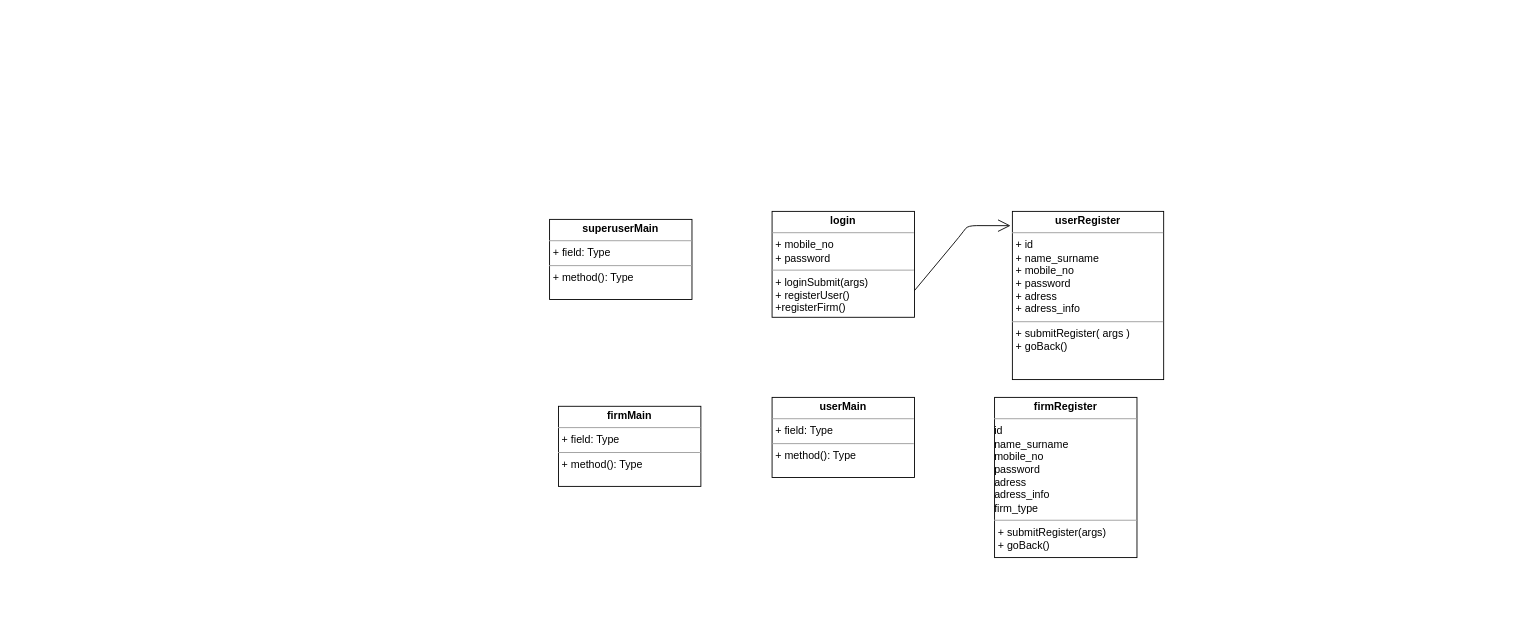
The draw.io diagram documentation/Untitled Diagram.drawio in fatihy101/yemek-siparis-app, before the edit. Source tidied: cells renumbered, new cells numbered last; positions are measured from the earlier drawing's top-left corner, leaving out a move shared by most shapes. Both pictures are drawn from the tidied source at 89%, with x=0, y=0 at pixel (549, 211).
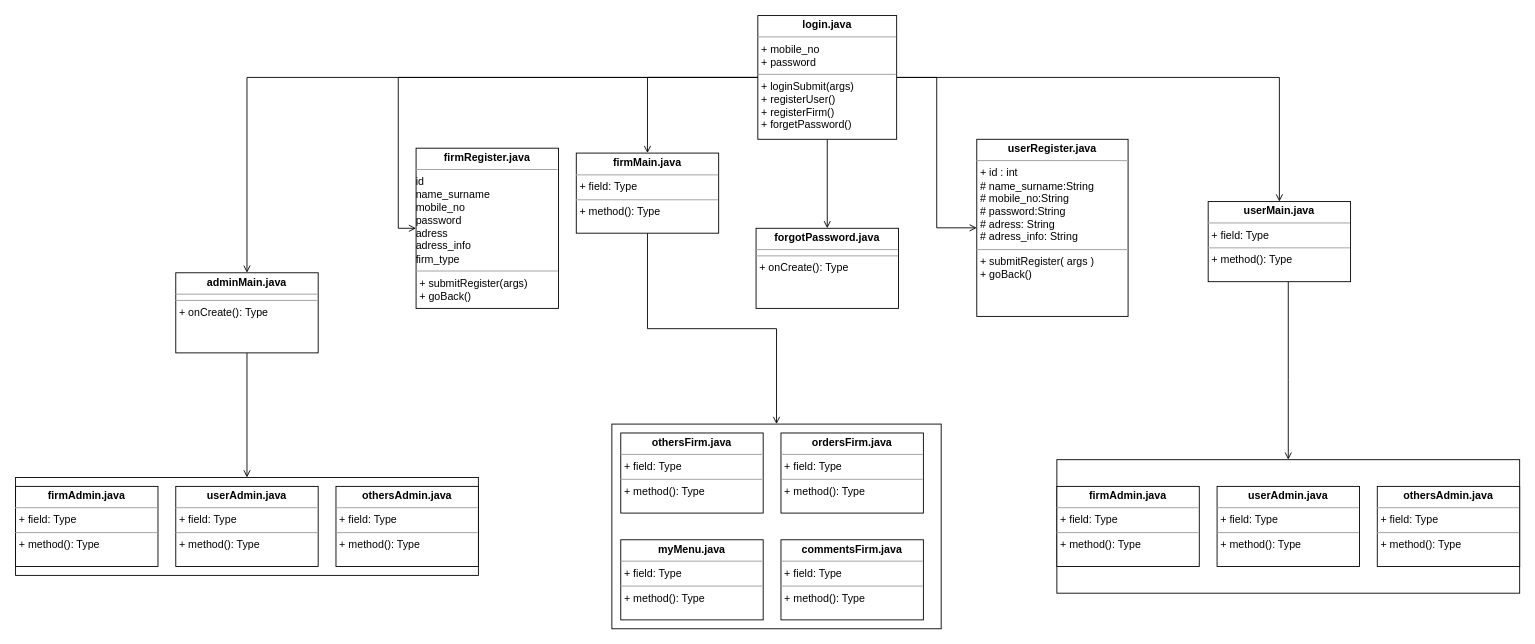
After the change.

The edit, as a diff of the source:
```diff
@@
+    <mxCell id="9" style="edgeStyle=orthogonalEdgeStyle;rounded=0;jettySize=auto;html=1;entryX=0;entryY=0.5;entryDx=0;entryDy=0;endArrow=open;endFill=0;" parent="1" edge="1" source="2" target="4">
+      <mxGeometry relative="1" as="geometry" />
+    </mxCell>
+    <mxCell id="10" style="edgeStyle=orthogonalEdgeStyle;rounded=0;jettySize=auto;html=1;endArrow=open;endFill=0;" parent="1" edge="1" source="2" target="6">
+      <mxGeometry relative="1" as="geometry" />
+    </mxCell>
+    <mxCell id="11" style="edgeStyle=orthogonalEdgeStyle;rounded=0;jettySize=auto;html=1;entryX=0.5;entryY=0;entryDx=0;entryDy=0;endArrow=open;endFill=0;" parent="1" edge="1" source="2" target="5">
+      <mxGeometry relative="1" as="geometry" />
+    </mxCell>
+    <mxCell id="12" style="edgeStyle=orthogonalEdgeStyle;rounded=0;jettySize=auto;html=1;entryX=0.5;entryY=0;entryDx=0;entryDy=0;endArrow=open;endFill=0;" parent="1" edge="1" source="2" target="3">
+      <mxGeometry relative="1" as="geometry" />
+    </mxCell>
+    <mxCell id="13" style="edgeStyle=orthogonalEdgeStyle;rounded=0;jettySize=auto;html=1;endArrow=open;endFill=0;" parent="1" edge="1" source="2" target="7">
+      <mxGeometry relative="1" as="geometry" />
+    </mxCell>
+    <mxCell id="14" style="edgeStyle=orthogonalEdgeStyle;rounded=0;jettySize=auto;html=1;entryX=0.5;entryY=0;entryDx=0;entryDy=0;endArrow=open;endFill=0;" parent="1" edge="1" source="2" target="30">
+      <mxGeometry relative="1" as="geometry" />
+    </mxCell>
-    <mxCell id="2" value="&lt;p style=&quot;margin: 0px ; margin-top: 4px ; text-align: center&quot;&gt;&lt;b&gt;login&lt;/b&gt;&lt;/p&gt;&lt;hr size=&quot;1&quot;&gt;&lt;p style=&quot;margin: 0px ; margin-left: 4px&quot;&gt;+ mobile_no&lt;/p&gt;&lt;p style=&quot;margin: 0px ; margin-left: 4px&quot;&gt;+ password&lt;br&gt;&lt;/p&gt;&lt;hr size=&quot;1&quot;&gt;&lt;p style=&quot;margin: 0px ; margin-left: 4px&quot;&gt;+ loginSubmit(args)&lt;/p&gt;&lt;p style=&quot;margin: 0px ; margin-left: 4px&quot;&gt;+ registerUser()&lt;/p&gt;&lt;p style=&quot;margin: 0px ; margin-left: 4px&quot;&gt;+registerFirm()&lt;br&gt;&lt;/p&gt;" style="verticalAlign=top;align=left;overflow=fill;fontSize=12;fontFamily=Helvetica;html=1;" parent="1" vertex="1">
-      <mxGeometry x="250" width="160" height="119" as="geometry" />
+    <mxCell id="2" value="&lt;p style=&quot;margin: 0px ; margin-top: 4px ; text-align: center&quot;&gt;&lt;b&gt;login.java&lt;/b&gt;&lt;/p&gt;&lt;hr size=&quot;1&quot;&gt;&lt;p style=&quot;margin: 0px ; margin-left: 4px&quot;&gt;+ mobile_no&lt;/p&gt;&lt;p style=&quot;margin: 0px ; margin-left: 4px&quot;&gt;+ password&lt;br&gt;&lt;/p&gt;&lt;hr size=&quot;1&quot;&gt;&lt;p style=&quot;margin: 0px ; margin-left: 4px&quot;&gt;+ loginSubmit(args)&lt;/p&gt;&lt;p style=&quot;margin: 0px ; margin-left: 4px&quot;&gt;+ registerUser()&lt;/p&gt;&lt;p style=&quot;margin: 0px ; margin-left: 4px&quot;&gt;+ registerFirm()&lt;/p&gt;&lt;p style=&quot;margin: 0px ; margin-left: 4px&quot;&gt;+ forgetPassword()&lt;br&gt;&lt;/p&gt;&lt;p style=&quot;margin: 0px ; margin-left: 4px&quot;&gt;&lt;br&gt;&lt;/p&gt;" style="verticalAlign=top;align=left;overflow=fill;fontSize=12;fontFamily=Helvetica;html=1;" parent="1" vertex="1">
+      <mxGeometry x="234" y="-220" width="156" height="139" as="geometry" />
     </mxCell>
+    <mxCell id="15" style="edgeStyle=orthogonalEdgeStyle;rounded=0;jettySize=auto;html=1;endArrow=open;endFill=0;" parent="1" edge="1" source="3" target="22">
+      <mxGeometry relative="1" as="geometry" />
+    </mxCell>
-    <mxCell id="3" value="&lt;p style=&quot;margin: 0px ; margin-top: 4px ; text-align: center&quot;&gt;&lt;b&gt;firmMain&lt;/b&gt;&lt;/p&gt;&lt;hr size=&quot;1&quot;&gt;&lt;p style=&quot;margin: 0px ; margin-left: 4px&quot;&gt;+ field: Type&lt;/p&gt;&lt;hr size=&quot;1&quot;&gt;&lt;p style=&quot;margin: 0px ; margin-left: 4px&quot;&gt;+ method(): Type&lt;/p&gt;" style="verticalAlign=top;align=left;overflow=fill;fontSize=12;fontFamily=Helvetica;html=1;" parent="1" vertex="1">
-      <mxGeometry x="10" y="219" width="160" height="90" as="geometry" />
+    <mxCell id="3" value="&lt;p style=&quot;margin: 0px ; margin-top: 4px ; text-align: center&quot;&gt;&lt;b&gt;firmMain.java&lt;/b&gt;&lt;/p&gt;&lt;hr size=&quot;1&quot;&gt;&lt;p style=&quot;margin: 0px ; margin-left: 4px&quot;&gt;+ field: Type&lt;/p&gt;&lt;hr size=&quot;1&quot;&gt;&lt;p style=&quot;margin: 0px ; margin-left: 4px&quot;&gt;+ method(): Type&lt;/p&gt;" style="verticalAlign=top;align=left;overflow=fill;fontSize=12;fontFamily=Helvetica;html=1;" parent="1" vertex="1">
+      <mxGeometry x="30" y="-65.5" width="160" height="90" as="geometry" />
     </mxCell>
-    <mxCell id="4" value="&lt;p style=&quot;margin: 0px ; margin-top: 4px ; text-align: center&quot;&gt;&lt;b&gt;firmRegister&lt;/b&gt;&lt;br&gt;&lt;/p&gt;&lt;hr size=&quot;1&quot;&gt;id&lt;br&gt;name_surname&lt;br&gt;mobile_no&lt;br&gt;password&lt;br&gt;adress&lt;br&gt;adress_info&lt;br&gt;firm_type&lt;hr size=&quot;1&quot;&gt;&lt;p style=&quot;margin: 0px ; margin-left: 4px&quot;&gt;+ submitRegister(args)&lt;/p&gt;&lt;p style=&quot;margin: 0px ; margin-left: 4px&quot;&gt;+ goBack()&lt;br&gt;&lt;/p&gt;" style="verticalAlign=top;align=left;overflow=fill;fontSize=12;fontFamily=Helvetica;html=1;" parent="1" vertex="1">
-      <mxGeometry x="500" y="209" width="160" height="180" as="geometry" />
+    <mxCell id="4" value="&lt;p style=&quot;margin: 0px ; margin-top: 4px ; text-align: center&quot;&gt;&lt;b&gt;firmRegister.java&lt;/b&gt;&lt;br&gt;&lt;/p&gt;&lt;hr size=&quot;1&quot;&gt;id&lt;br&gt;name_surname&lt;br&gt;mobile_no&lt;br&gt;password&lt;br&gt;adress&lt;br&gt;adress_info&lt;br&gt;firm_type&lt;hr size=&quot;1&quot;&gt;&lt;p style=&quot;margin: 0px ; margin-left: 4px&quot;&gt;+ submitRegister(args)&lt;/p&gt;&lt;p style=&quot;margin: 0px ; margin-left: 4px&quot;&gt;+ goBack()&lt;br&gt;&lt;/p&gt;" style="verticalAlign=top;align=left;overflow=fill;fontSize=12;fontFamily=Helvetica;html=1;" parent="1" vertex="1">
+      <mxGeometry x="-150" y="-71" width="160" height="180" as="geometry" />
     </mxCell>
+    <mxCell id="16" style="edgeStyle=orthogonalEdgeStyle;rounded=0;jettySize=auto;html=1;entryX=0.5;entryY=0;entryDx=0;entryDy=0;endArrow=open;endFill=0;" parent="1" edge="1" source="5" target="26">
+      <mxGeometry relative="1" as="geometry">
+        <Array as="points">
+          <mxPoint x="830" y="189" />
+        </Array>
+      </mxGeometry>
+    </mxCell>
-    <mxCell id="5" value="&lt;p style=&quot;margin: 0px ; margin-top: 4px ; text-align: center&quot;&gt;&lt;b&gt;userMain&lt;/b&gt;&lt;br&gt;&lt;/p&gt;&lt;hr size=&quot;1&quot;&gt;&lt;p style=&quot;margin: 0px ; margin-left: 4px&quot;&gt;+ field: Type&lt;/p&gt;&lt;hr size=&quot;1&quot;&gt;&lt;p style=&quot;margin: 0px ; margin-left: 4px&quot;&gt;+ method(): Type&lt;/p&gt;" style="verticalAlign=top;align=left;overflow=fill;fontSize=12;fontFamily=Helvetica;html=1;" parent="1" vertex="1">
-      <mxGeometry x="250" y="209" width="160" height="90" as="geometry" />
+    <mxCell id="5" value="&lt;p style=&quot;margin: 0px ; margin-top: 4px ; text-align: center&quot;&gt;&lt;b&gt;userMain.java&lt;/b&gt;&lt;br&gt;&lt;/p&gt;&lt;hr size=&quot;1&quot;&gt;&lt;p style=&quot;margin: 0px ; margin-left: 4px&quot;&gt;+ field: Type&lt;/p&gt;&lt;hr size=&quot;1&quot;&gt;&lt;p style=&quot;margin: 0px ; margin-left: 4px&quot;&gt;+ method(): Type&lt;/p&gt;" style="verticalAlign=top;align=left;overflow=fill;fontSize=12;fontFamily=Helvetica;html=1;" parent="1" vertex="1">
+      <mxGeometry x="740" y="-11" width="160" height="90" as="geometry" />
     </mxCell>
-    <mxCell id="6" value="&lt;p style=&quot;margin: 0px ; margin-top: 4px ; text-align: center&quot;&gt;&lt;b&gt;userRegister&lt;/b&gt;&lt;br&gt;&lt;/p&gt;&lt;hr size=&quot;1&quot;&gt;&lt;p style=&quot;margin: 0px ; margin-left: 4px&quot;&gt;+ id&lt;br&gt;+ name_surname&lt;br&gt;+ mobile_no&lt;br&gt;+ password&lt;br&gt;+ adress&lt;br&gt;+ adress_info&lt;br&gt;&lt;/p&gt;&lt;hr size=&quot;1&quot;&gt;&lt;p style=&quot;margin: 0px ; margin-left: 4px&quot;&gt;+ submitRegister( args )&lt;br&gt;+ goBack()&lt;/p&gt;" style="verticalAlign=top;align=left;overflow=fill;fontSize=12;fontFamily=Helvetica;html=1;" parent="1" vertex="1">
-      <mxGeometry x="520" width="170" height="189" as="geometry" />
+    <mxCell id="6" value="&lt;p style=&quot;margin: 0px ; margin-top: 4px ; text-align: center&quot;&gt;&lt;b&gt;userRegister.java&lt;/b&gt;&lt;br&gt;&lt;/p&gt;&lt;hr size=&quot;1&quot;&gt;&lt;p style=&quot;margin: 0px ; margin-left: 4px&quot;&gt;+ id : int&lt;br&gt;# name_surname:String&lt;br&gt;# mobile_no:String&lt;br&gt;# password:String &lt;br&gt;# adress: String&lt;br&gt;# adress_info: String&lt;br&gt;&lt;/p&gt;&lt;hr size=&quot;1&quot;&gt;&lt;p style=&quot;margin: 0px ; margin-left: 4px&quot;&gt;+ submitRegister( args )&lt;br&gt;+ goBack()&lt;/p&gt;" style="verticalAlign=top;align=left;overflow=fill;fontSize=12;fontFamily=Helvetica;html=1;" parent="1" vertex="1">
+      <mxGeometry x="480" y="-81" width="170" height="199" as="geometry" />
     </mxCell>
+    <mxCell id="17" style="edgeStyle=orthogonalEdgeStyle;rounded=0;jettySize=auto;html=1;endArrow=open;endFill=0;entryX=0.5;entryY=0;entryDx=0;entryDy=0;" parent="1" edge="1" source="7" target="18">
+      <mxGeometry relative="1" as="geometry" />
+    </mxCell>
-    <mxCell id="7" value="&lt;p style=&quot;margin: 0px ; margin-top: 4px ; text-align: center&quot;&gt;&lt;b&gt;superuserMain&lt;/b&gt;&lt;/p&gt;&lt;hr size=&quot;1&quot;&gt;&lt;p style=&quot;margin: 0px ; margin-left: 4px&quot;&gt;+ field: Type&lt;/p&gt;&lt;hr size=&quot;1&quot;&gt;&lt;p style=&quot;margin: 0px ; margin-left: 4px&quot;&gt;+ method(): Type&lt;/p&gt;" style="verticalAlign=top;align=left;overflow=fill;fontSize=12;fontFamily=Helvetica;html=1;" parent="1" vertex="1">
-      <mxGeometry y="9" width="160" height="90" as="geometry" />
+    <mxCell id="7" value="&lt;p style=&quot;margin: 0px ; margin-top: 4px ; text-align: center&quot;&gt;&lt;b&gt;adminMain.java&lt;/b&gt;&lt;/p&gt;&lt;hr size=&quot;1&quot;&gt;&lt;hr size=&quot;1&quot;&gt;&lt;p style=&quot;margin: 0px ; margin-left: 4px&quot;&gt;+ onCreate(): Type&lt;/p&gt;" style="verticalAlign=top;align=left;overflow=fill;fontSize=12;fontFamily=Helvetica;html=1;" parent="1" vertex="1">
+      <mxGeometry x="-420" y="69" width="160" height="90" as="geometry" />
     </mxCell>
-    <mxCell id="8" style="endArrow=open;endFill=1;endSize=12;html=1;entryX=-0.012;entryY=0.085;entryDx=0;entryDy=0;entryPerimeter=0;" parent="1" edge="1" target="6">
-      <mxGeometry relative="1" as="geometry">
-        <mxPoint x="410" y="89" as="sourcePoint" />
-        <Array as="points">
-          <mxPoint x="460" y="29" />
-          <mxPoint x="470" y="16" />
-        </Array>
-      </mxGeometry>
-    </mxCell>
+    <mxCell id="18" style="rounded=0;whiteSpace=wrap;html=1;" parent="1" vertex="1">
+      <mxGeometry x="-600" y="299" width="520" height="110" as="geometry" />
+    </mxCell>
+    <mxCell id="19" value="&lt;p style=&quot;margin: 0px ; margin-top: 4px ; text-align: center&quot;&gt;&lt;b&gt;firmAdmin.java&lt;/b&gt;&lt;/p&gt;&lt;hr size=&quot;1&quot;&gt;&lt;p style=&quot;margin: 0px ; margin-left: 4px&quot;&gt;+ field: Type&lt;/p&gt;&lt;hr size=&quot;1&quot;&gt;&lt;p style=&quot;margin: 0px ; margin-left: 4px&quot;&gt;+ method(): Type&lt;/p&gt;" style="verticalAlign=top;align=left;overflow=fill;fontSize=12;fontFamily=Helvetica;html=1;" parent="1" vertex="1">
+      <mxGeometry x="-600" y="309" width="160" height="90" as="geometry" />
+    </mxCell>
+    <mxCell id="20" value="&lt;p style=&quot;margin: 0px ; margin-top: 4px ; text-align: center&quot;&gt;&lt;b&gt;userAdmin.java&lt;/b&gt;&lt;/p&gt;&lt;hr size=&quot;1&quot;&gt;&lt;p style=&quot;margin: 0px ; margin-left: 4px&quot;&gt;+ field: Type&lt;/p&gt;&lt;hr size=&quot;1&quot;&gt;&lt;p style=&quot;margin: 0px ; margin-left: 4px&quot;&gt;+ method(): Type&lt;/p&gt;" style="verticalAlign=top;align=left;overflow=fill;fontSize=12;fontFamily=Helvetica;html=1;" parent="1" vertex="1">
+      <mxGeometry x="-420" y="309" width="160" height="90" as="geometry" />
+    </mxCell>
+    <mxCell id="21" value="&lt;p style=&quot;margin: 0px ; margin-top: 4px ; text-align: center&quot;&gt;&lt;b&gt;othersAdmin.java&lt;/b&gt;&lt;/p&gt;&lt;hr size=&quot;1&quot;&gt;&lt;p style=&quot;margin: 0px ; margin-left: 4px&quot;&gt;+ field: Type&lt;/p&gt;&lt;hr size=&quot;1&quot;&gt;&lt;p style=&quot;margin: 0px ; margin-left: 4px&quot;&gt;+ method(): Type&lt;/p&gt;" style="verticalAlign=top;align=left;overflow=fill;fontSize=12;fontFamily=Helvetica;html=1;" parent="1" vertex="1">
+      <mxGeometry x="-240" y="309" width="160" height="90" as="geometry" />
+    </mxCell>
+    <mxCell id="22" style="rounded=0;whiteSpace=wrap;html=1;" parent="1" vertex="1">
+      <mxGeometry x="70" y="239" width="370" height="230" as="geometry" />
+    </mxCell>
+    <mxCell id="23" value="&lt;p style=&quot;margin: 0px ; margin-top: 4px ; text-align: center&quot;&gt;&lt;b&gt;myMenu.java&lt;/b&gt;&lt;/p&gt;&lt;hr size=&quot;1&quot;&gt;&lt;p style=&quot;margin: 0px ; margin-left: 4px&quot;&gt;+ field: Type&lt;/p&gt;&lt;hr size=&quot;1&quot;&gt;&lt;p style=&quot;margin: 0px ; margin-left: 4px&quot;&gt;+ method(): Type&lt;/p&gt;" style="verticalAlign=top;align=left;overflow=fill;fontSize=12;fontFamily=Helvetica;html=1;" parent="1" vertex="1">
+      <mxGeometry x="80" y="369" width="160" height="90" as="geometry" />
+    </mxCell>
+    <mxCell id="24" value="&lt;p style=&quot;margin: 0px ; margin-top: 4px ; text-align: center&quot;&gt;&lt;b&gt;othersFirm.java&lt;/b&gt;&lt;/p&gt;&lt;hr size=&quot;1&quot;&gt;&lt;p style=&quot;margin: 0px ; margin-left: 4px&quot;&gt;+ field: Type&lt;/p&gt;&lt;hr size=&quot;1&quot;&gt;&lt;p style=&quot;margin: 0px ; margin-left: 4px&quot;&gt;+ method(): Type&lt;/p&gt;" style="verticalAlign=top;align=left;overflow=fill;fontSize=12;fontFamily=Helvetica;html=1;" parent="1" vertex="1">
+      <mxGeometry x="80" y="249" width="160" height="90" as="geometry" />
+    </mxCell>
+    <mxCell id="25" value="&lt;p style=&quot;margin: 0px ; margin-top: 4px ; text-align: center&quot;&gt;&lt;b&gt;ordersFirm.java&lt;/b&gt;&lt;/p&gt;&lt;hr size=&quot;1&quot;&gt;&lt;p style=&quot;margin: 0px ; margin-left: 4px&quot;&gt;+ field: Type&lt;/p&gt;&lt;hr size=&quot;1&quot;&gt;&lt;p style=&quot;margin: 0px ; margin-left: 4px&quot;&gt;+ method(): Type&lt;/p&gt;" style="verticalAlign=top;align=left;overflow=fill;fontSize=12;fontFamily=Helvetica;html=1;" parent="1" vertex="1">
+      <mxGeometry x="260" y="249" width="160" height="90" as="geometry" />
+    </mxCell>
+    <mxCell id="26" style="rounded=0;whiteSpace=wrap;html=1;" parent="1" vertex="1">
+      <mxGeometry x="570" y="279" width="520" height="150" as="geometry" />
+    </mxCell>
+    <mxCell id="27" value="&lt;p style=&quot;margin: 0px ; margin-top: 4px ; text-align: center&quot;&gt;&lt;b&gt;firmAdmin.java&lt;/b&gt;&lt;/p&gt;&lt;hr size=&quot;1&quot;&gt;&lt;p style=&quot;margin: 0px ; margin-left: 4px&quot;&gt;+ field: Type&lt;/p&gt;&lt;hr size=&quot;1&quot;&gt;&lt;p style=&quot;margin: 0px ; margin-left: 4px&quot;&gt;+ method(): Type&lt;/p&gt;" style="verticalAlign=top;align=left;overflow=fill;fontSize=12;fontFamily=Helvetica;html=1;" parent="1" vertex="1">
+      <mxGeometry x="570" y="309" width="160" height="90" as="geometry" />
+    </mxCell>
+    <mxCell id="28" value="&lt;p style=&quot;margin: 0px ; margin-top: 4px ; text-align: center&quot;&gt;&lt;b&gt;userAdmin.java&lt;/b&gt;&lt;/p&gt;&lt;hr size=&quot;1&quot;&gt;&lt;p style=&quot;margin: 0px ; margin-left: 4px&quot;&gt;+ field: Type&lt;/p&gt;&lt;hr size=&quot;1&quot;&gt;&lt;p style=&quot;margin: 0px ; margin-left: 4px&quot;&gt;+ method(): Type&lt;/p&gt;" style="verticalAlign=top;align=left;overflow=fill;fontSize=12;fontFamily=Helvetica;html=1;" parent="1" vertex="1">
+      <mxGeometry x="750" y="309" width="160" height="90" as="geometry" />
+    </mxCell>
+    <mxCell id="29" value="&lt;p style=&quot;margin: 0px ; margin-top: 4px ; text-align: center&quot;&gt;&lt;b&gt;othersAdmin.java&lt;/b&gt;&lt;/p&gt;&lt;hr size=&quot;1&quot;&gt;&lt;p style=&quot;margin: 0px ; margin-left: 4px&quot;&gt;+ field: Type&lt;/p&gt;&lt;hr size=&quot;1&quot;&gt;&lt;p style=&quot;margin: 0px ; margin-left: 4px&quot;&gt;+ method(): Type&lt;/p&gt;" style="verticalAlign=top;align=left;overflow=fill;fontSize=12;fontFamily=Helvetica;html=1;" parent="1" vertex="1">
+      <mxGeometry x="930" y="309" width="160" height="90" as="geometry" />
+    </mxCell>
+    <mxCell id="30" value="&lt;p style=&quot;margin: 0px ; margin-top: 4px ; text-align: center&quot;&gt;&lt;b&gt;forgotPassword.java&lt;/b&gt;&lt;/p&gt;&lt;hr size=&quot;1&quot;&gt;&lt;hr size=&quot;1&quot;&gt;&lt;p style=&quot;margin: 0px ; margin-left: 4px&quot;&gt;+ onCreate(): Type&lt;/p&gt;" style="verticalAlign=top;align=left;overflow=fill;fontSize=12;fontFamily=Helvetica;html=1;" parent="1" vertex="1">
+      <mxGeometry x="232" y="19" width="160" height="90" as="geometry" />
+    </mxCell>
+    <mxCell id="31" value="&lt;p style=&quot;margin: 0px ; margin-top: 4px ; text-align: center&quot;&gt;&lt;b&gt;commentsFirm.java&lt;/b&gt;&lt;/p&gt;&lt;hr size=&quot;1&quot;&gt;&lt;p style=&quot;margin: 0px ; margin-left: 4px&quot;&gt;+ field: Type&lt;/p&gt;&lt;hr size=&quot;1&quot;&gt;&lt;p style=&quot;margin: 0px ; margin-left: 4px&quot;&gt;+ method(): Type&lt;/p&gt;" style="verticalAlign=top;align=left;overflow=fill;fontSize=12;fontFamily=Helvetica;html=1;" parent="1" vertex="1">
+      <mxGeometry x="260" y="369" width="160" height="90" as="geometry" />
+    </mxCell>
```
